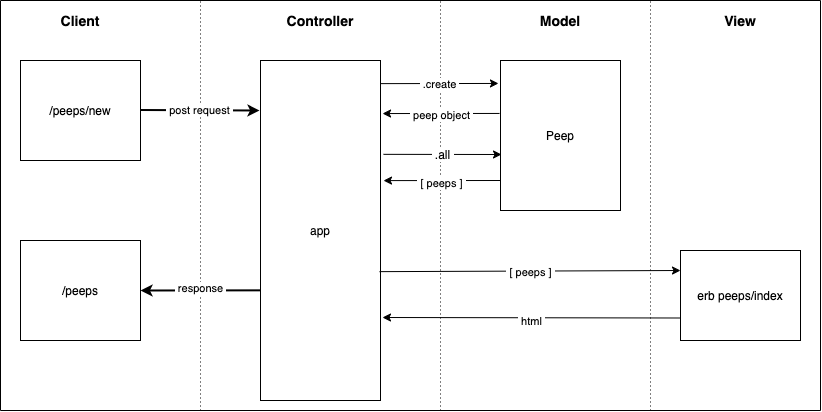
Above: domain-model-diagrams/chitter-challenge-add-peep.png in makersacademy/chitter-challenge (draw.io), before the change. Source tidied: cells renumbered, new cells last; positions are measured from the earlier drawing's top-left corner, leaving out a move shared by most shapes.
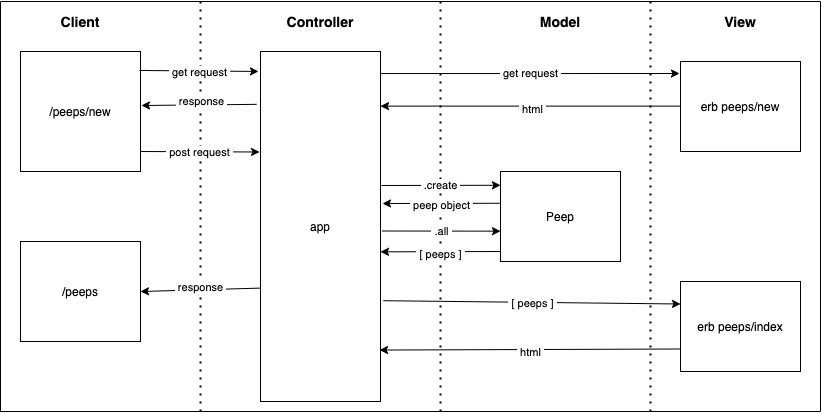
Later version of the same file.

Commit message:
peeps index page now displaying peeps in reverse chronological order, improved domain model diagram and editted walkthrough section in README.md

What changed in the source:
```diff
@@ -3,45 +3,45 @@
     <mxCell id="0" />
     <mxCell id="1" parent="0" />
     <mxCell id="2" value="/peeps/new" style="rounded=0;whiteSpace=wrap;html=1;" parent="1" vertex="1">
-      <mxGeometry x="20" y="60" width="120" height="100" as="geometry" />
+      <mxGeometry x="20" y="50" width="120" height="120" as="geometry" />
     </mxCell>
     <mxCell id="3" value="app" style="rounded=0;whiteSpace=wrap;html=1;" parent="1" vertex="1">
-      <mxGeometry x="260" y="60" width="120" height="340" as="geometry" />
+      <mxGeometry x="260" y="50" width="120" height="350" as="geometry" />
     </mxCell>
     <mxCell id="4" value="Peep" style="rounded=0;whiteSpace=wrap;html=1;" parent="1" vertex="1">
-      <mxGeometry x="500" y="60" width="120" height="150" as="geometry" />
+      <mxGeometry x="500" y="170" width="120" height="90" as="geometry" />
     </mxCell>
     <mxCell id="5" value="erb peeps/index" style="rounded=0;whiteSpace=wrap;html=1;" parent="1" vertex="1">
-      <mxGeometry x="680" y="250" width="120" height="90" as="geometry" />
+      <mxGeometry x="680" y="280" width="120" height="90" as="geometry" />
     </mxCell>
-    <mxCell id="6" value="&lt;b&gt;&lt;font style=&quot;font-size: 14px&quot;&gt;Controller&lt;/font&gt;&lt;/b&gt;" style="text;html=1;strokeColor=none;fillColor=none;align=center;verticalAlign=middle;whiteSpace=wrap;rounded=0;" parent="1" vertex="1">
+    <mxCell id="6" value="&lt;b style=&quot;font-size: 14px;&quot;&gt;&lt;font style=&quot;font-size: 14px;&quot;&gt;Controller&lt;/font&gt;&lt;/b&gt;" style="text;html=1;strokeColor=none;fillColor=none;align=center;verticalAlign=middle;whiteSpace=wrap;rounded=0;fontSize=14;" parent="1" vertex="1">
       <mxGeometry x="300" y="10" width="40" height="20" as="geometry" />
     </mxCell>
-    <mxCell id="7" value="&lt;b&gt;&lt;font style=&quot;font-size: 14px&quot;&gt;Model&lt;/font&gt;&lt;/b&gt;" style="text;html=1;strokeColor=none;fillColor=none;align=center;verticalAlign=middle;whiteSpace=wrap;rounded=0;" parent="1" vertex="1">
+    <mxCell id="7" value="&lt;b style=&quot;font-size: 14px;&quot;&gt;&lt;font style=&quot;font-size: 14px;&quot;&gt;Model&lt;/font&gt;&lt;/b&gt;" style="text;html=1;strokeColor=none;fillColor=none;align=center;verticalAlign=middle;whiteSpace=wrap;rounded=0;fontSize=14;" parent="1" vertex="1">
       <mxGeometry x="540" y="10" width="40" height="20" as="geometry" />
     </mxCell>
-    <mxCell id="8" value="&lt;b&gt;&lt;font style=&quot;font-size: 14px&quot;&gt;View&lt;/font&gt;&lt;/b&gt;" style="text;html=1;strokeColor=none;fillColor=none;align=center;verticalAlign=middle;whiteSpace=wrap;rounded=0;" parent="1" vertex="1">
+    <mxCell id="8" value="&lt;b style=&quot;font-size: 14px;&quot;&gt;&lt;font style=&quot;font-size: 14px;&quot;&gt;View&lt;/font&gt;&lt;/b&gt;" style="text;html=1;strokeColor=none;fillColor=none;align=center;verticalAlign=middle;whiteSpace=wrap;rounded=0;fontSize=14;" parent="1" vertex="1">
       <mxGeometry x="720" y="10" width="40" height="20" as="geometry" />
     </mxCell>
-    <mxCell id="9" style="endArrow=none;dashed=1;html=1;dashPattern=1 3;strokeWidth=1;rounded=1;" parent="1" edge="1">
+    <mxCell id="9" style="endArrow=none;dashed=1;html=1;dashPattern=1 3;strokeWidth=2;rounded=1;" parent="1" edge="1">
       <mxGeometry relative="1" as="geometry">
         <mxPoint x="200" y="410" as="sourcePoint" />
         <mxPoint x="200" as="targetPoint" />
       </mxGeometry>
     </mxCell>
-    <mxCell id="10" style="endArrow=none;dashed=1;html=1;dashPattern=1 3;strokeWidth=1;rounded=1;" parent="1" edge="1">
+    <mxCell id="10" style="endArrow=none;dashed=1;html=1;dashPattern=1 3;strokeWidth=2;rounded=1;" parent="1" edge="1">
       <mxGeometry relative="1" as="geometry">
         <mxPoint x="440" y="410" as="sourcePoint" />
         <mxPoint x="440" as="targetPoint" />
       </mxGeometry>
     </mxCell>
-    <mxCell id="11" style="endArrow=none;dashed=1;html=1;dashPattern=1 3;strokeWidth=1;rounded=1;" parent="1" edge="1">
+    <mxCell id="11" style="endArrow=none;dashed=1;html=1;dashPattern=1 3;strokeWidth=2;rounded=1;" parent="1" edge="1">
       <mxGeometry relative="1" as="geometry">
         <mxPoint x="650" y="410" as="sourcePoint" />
         <mxPoint x="650" as="targetPoint" />
       </mxGeometry>
     </mxCell>
-    <mxCell id="12" style="endArrow=classic;html=1;strokeWidth=2;exitX=0;exitY=0.676;exitDx=0;exitDy=0;exitPerimeter=0;entryX=1;entryY=0.5;entryDx=0;entryDy=0;" parent="1" edge="1" source="3" target="31">
+    <mxCell id="12" style="endArrow=classic;html=1;strokeWidth=1;exitX=0;exitY=0.676;exitDx=0;exitDy=0;exitPerimeter=0;entryX=1;entryY=0.5;entryDx=0;entryDy=0;" parent="1" edge="1" source="3" target="31">
       <mxGeometry relative="1" as="geometry" />
     </mxCell>
     <mxCell id="13" value="&amp;nbsp;response&amp;nbsp;" style="edgeLabel;html=1;align=center;verticalAlign=middle;" parent="12" vertex="1">
@@ -49,36 +49,36 @@
         <mxPoint x="-12" as="offset" />
       </mxGeometry>
     </mxCell>
-    <mxCell id="14" style="endArrow=classic;html=1;strokeWidth=1;exitX=1;exitY=0.068;exitDx=0;exitDy=0;exitPerimeter=0;entryX=-0.017;entryY=0.153;entryDx=0;entryDy=0;entryPerimeter=0;" parent="1" edge="1" source="3" target="4">
-      <mxGeometry relative="1" as="geometry" />
+    <mxCell id="14" style="endArrow=classic;html=1;strokeWidth=1;entryX=0;entryY=0.153;entryDx=0;entryDy=0;entryPerimeter=0;" parent="1" edge="1" target="4">
+      <mxGeometry relative="1" as="geometry">
+        <mxPoint x="381" y="184" as="sourcePoint" />
+      </mxGeometry>
     </mxCell>
     <mxCell id="15" value="&amp;nbsp;.create&amp;nbsp;" style="edgeLabel;html=1;align=center;verticalAlign=middle;" parent="14" vertex="1">
       <mxGeometry x="0.22" relative="1" as="geometry">
         <mxPoint x="-13" as="offset" />
       </mxGeometry>
     </mxCell>
-    <mxCell id="16" style="endArrow=classic;html=1;strokeWidth=1;exitX=-0.008;exitY=0.353;exitDx=0;exitDy=0;entryX=1.017;entryY=0.156;entryDx=0;entryDy=0;entryPerimeter=0;exitPerimeter=0;" parent="1" edge="1" source="4" target="3">
-      <mxGeometry relative="1" as="geometry" />
+    <mxCell id="16" style="endArrow=classic;html=1;strokeWidth=1;exitX=-0.008;exitY=0.353;exitDx=0;exitDy=0;exitPerimeter=0;" parent="1" edge="1" source="4">
+      <mxGeometry relative="1" as="geometry">
+        <mxPoint x="382" y="202" as="targetPoint" />
+      </mxGeometry>
     </mxCell>
     <mxCell id="17" value="&amp;nbsp;peep object&amp;nbsp;" style="edgeLabel;html=1;align=center;verticalAlign=middle;" parent="16" vertex="1">
       <mxGeometry x="-0.4" y="2" relative="1" as="geometry">
         <mxPoint x="-24" as="offset" />
       </mxGeometry>
     </mxCell>
-    <mxCell id="18" style="endArrow=classic;html=1;strokeWidth=1;exitX=0.992;exitY=0.621;exitDx=0;exitDy=0;exitPerimeter=0;" parent="1" edge="1" source="3">
-      <mxGeometry relative="1" as="geometry">
-        <mxPoint x="680" y="270" as="targetPoint" />
-      </mxGeometry>
+    <mxCell id="18" style="endArrow=classic;html=1;strokeWidth=1;exitX=1.025;exitY=0.712;exitDx=0;exitDy=0;exitPerimeter=0;entryX=0;entryY=0.25;entryDx=0;entryDy=0;" parent="1" edge="1" source="3" target="5">
+      <mxGeometry relative="1" as="geometry" />
     </mxCell>
     <mxCell id="19" value="&amp;nbsp;[ peeps ]&amp;nbsp;" style="edgeLabel;html=1;align=center;verticalAlign=middle;" parent="18" vertex="1">
       <mxGeometry x="0.09" y="-1" relative="1" as="geometry">
         <mxPoint x="-14" as="offset" />
       </mxGeometry>
     </mxCell>
-    <mxCell id="20" style="endArrow=classic;html=1;strokeWidth=1;exitX=0;exitY=0.75;exitDx=0;exitDy=0;" parent="1" edge="1" source="5">
-      <mxGeometry relative="1" as="geometry">
-        <mxPoint x="382" y="317" as="targetPoint" />
-      </mxGeometry>
+    <mxCell id="20" style="endArrow=classic;html=1;strokeWidth=1;exitX=0;exitY=0.75;exitDx=0;exitDy=0;entryX=0.992;entryY=0.853;entryDx=0;entryDy=0;entryPerimeter=0;" parent="1" edge="1" source="5" target="3">
+      <mxGeometry relative="1" as="geometry" />
     </mxCell>
     <mxCell id="21" value="&amp;nbsp;html&amp;nbsp;" style="edgeLabel;html=1;align=center;verticalAlign=middle;" parent="20" vertex="1">
       <mxGeometry x="-0.25" y="4" relative="1" as="geometry">
@@ -109,23 +109,24 @@
         <mxPoint x="820" as="targetPoint" />
       </mxGeometry>
     </mxCell>
-    <mxCell id="26" value="&lt;b&gt;&lt;font style=&quot;font-size: 14px&quot;&gt;Client&lt;/font&gt;&lt;/b&gt;" style="text;html=1;strokeColor=none;fillColor=none;align=center;verticalAlign=middle;whiteSpace=wrap;rounded=0;" parent="1" vertex="1">
+    <mxCell id="26" value="&lt;b style=&quot;font-size: 14px;&quot;&gt;&lt;font style=&quot;font-size: 14px;&quot;&gt;Client&lt;/font&gt;&lt;/b&gt;" style="text;html=1;strokeColor=none;fillColor=none;align=center;verticalAlign=middle;whiteSpace=wrap;rounded=0;fontSize=14;" parent="1" vertex="1">
       <mxGeometry x="60" y="10" width="40" height="20" as="geometry" />
     </mxCell>
-    <mxCell id="27" style="endArrow=classic;html=1;strokeWidth=1;fontSize=12;exitX=1.025;exitY=0.276;exitDx=0;exitDy=0;exitPerimeter=0;" parent="1" edge="1" source="3">
+    <mxCell id="27" style="endArrow=classic;html=1;strokeWidth=1;fontSize=12;exitX=1.025;exitY=0.276;exitDx=0;exitDy=0;exitPerimeter=0;" parent="1" edge="1">
       <mxGeometry relative="1" as="geometry">
-        <mxPoint x="501" y="154" as="targetPoint" />
+        <mxPoint x="382" y="229.5" as="sourcePoint" />
+        <mxPoint x="500" y="229.7" as="targetPoint" />
       </mxGeometry>
     </mxCell>
-    <mxCell id="28" value="&amp;nbsp;.all&amp;nbsp;" style="edgeLabel;html=1;align=center;verticalAlign=middle;fontSize=12;" parent="27" vertex="1">
+    <mxCell id="28" value="&amp;nbsp;.all&amp;nbsp;" style="edgeLabel;html=1;align=center;verticalAlign=middle;fontSize=11;" parent="27" vertex="1">
       <mxGeometry x="0.33" relative="1" as="geometry">
         <mxPoint x="-20" as="offset" />
       </mxGeometry>
     </mxCell>
-    <mxCell id="29" style="endArrow=classic;html=1;strokeWidth=1;exitX=-0.008;exitY=0.353;exitDx=0;exitDy=0;entryX=1.017;entryY=0.156;entryDx=0;entryDy=0;entryPerimeter=0;exitPerimeter=0;" parent="1" edge="1">
+    <mxCell id="29" style="endArrow=classic;html=1;strokeWidth=1;exitX=-0.008;exitY=0.353;exitDx=0;exitDy=0;exitPerimeter=0;" parent="1" edge="1">
       <mxGeometry relative="1" as="geometry">
-        <mxPoint x="500" y="180" as="sourcePoint" />
-        <mxPoint x="383" y="180.1" as="targetPoint" />
+        <mxPoint x="500" y="250" as="sourcePoint" />
+        <mxPoint x="380" y="250.3" as="targetPoint" />
       </mxGeometry>
     </mxCell>
     <mxCell id="30" value="&amp;nbsp;[ peeps ]&amp;nbsp;" style="edgeLabel;html=1;align=center;verticalAlign=middle;" parent="29" vertex="1">
@@ -136,10 +137,10 @@
     <mxCell id="31" value="/peeps" style="rounded=0;whiteSpace=wrap;html=1;" parent="1" vertex="1">
       <mxGeometry x="20" y="240" width="120" height="100" as="geometry" />
     </mxCell>
-    <mxCell id="32" style="endArrow=classic;html=1;strokeWidth=2;exitX=1.008;exitY=0.125;exitDx=0;exitDy=0;exitPerimeter=0;" parent="1" edge="1">
+    <mxCell id="32" style="endArrow=classic;html=1;strokeWidth=1;exitX=1.008;exitY=0.125;exitDx=0;exitDy=0;exitPerimeter=0;" parent="1" edge="1">
       <mxGeometry relative="1" as="geometry">
-        <mxPoint x="140" y="109.5" as="sourcePoint" />
-        <mxPoint x="259" y="110" as="targetPoint" />
+        <mxPoint x="140" y="150" as="sourcePoint" />
+        <mxPoint x="259" y="150.5" as="targetPoint" />
       </mxGeometry>
     </mxCell>
     <mxCell id="33" value="&amp;nbsp;post request&amp;nbsp;" style="edgeLabel;html=1;align=center;verticalAlign=middle;" parent="32" vertex="1">
@@ -147,5 +148,44 @@
         <mxPoint x="-3" as="offset" />
       </mxGeometry>
     </mxCell>
+    <mxCell id="34" style="endArrow=classic;html=1;strokeWidth=1;fontSize=12;exitX=0.992;exitY=0.158;exitDx=0;exitDy=0;entryX=-0.017;entryY=0.057;entryDx=0;entryDy=0;entryPerimeter=0;exitPerimeter=0;" parent="1" edge="1" source="2" target="3">
+      <mxGeometry relative="1" as="geometry" />
+    </mxCell>
+    <mxCell id="35" value="&amp;nbsp;get request&amp;nbsp;" style="edgeLabel;html=1;align=center;verticalAlign=middle;fontSize=11;" parent="34" vertex="1">
+      <mxGeometry x="0.37" y="-1" relative="1" as="geometry">
+        <mxPoint x="-23" as="offset" />
+      </mxGeometry>
+    </mxCell>
+    <mxCell id="36" value="erb peeps/new" style="rounded=0;whiteSpace=wrap;html=1;" parent="1" vertex="1">
+      <mxGeometry x="680" y="60" width="120" height="90" as="geometry" />
+    </mxCell>
+    <mxCell id="37" style="endArrow=classic;html=1;strokeWidth=1;fontSize=12;exitX=1;exitY=0.063;exitDx=0;exitDy=0;exitPerimeter=0;" parent="1" edge="1" source="3">
+      <mxGeometry relative="1" as="geometry">
+        <mxPoint x="679" y="72" as="targetPoint" />
+      </mxGeometry>
+    </mxCell>
+    <mxCell id="38" value="&amp;nbsp;get request&amp;nbsp;" style="edgeLabel;html=1;align=center;verticalAlign=middle;fontSize=11;" parent="37" vertex="1">
+      <mxGeometry x="0.14" y="1" relative="1" as="geometry">
+        <mxPoint x="-20" as="offset" />
+      </mxGeometry>
+    </mxCell>
+    <mxCell id="39" style="endArrow=classic;html=1;strokeWidth=1;fontSize=12;entryX=1;entryY=0.156;entryDx=0;entryDy=0;entryPerimeter=0;" parent="1" edge="1" target="3">
+      <mxGeometry relative="1" as="geometry">
+        <mxPoint x="680" y="104.6" as="sourcePoint" />
+      </mxGeometry>
+    </mxCell>
+    <mxCell id="40" value="&amp;nbsp;html&amp;nbsp;" style="edgeLabel;html=1;align=center;verticalAlign=middle;fontSize=11;" parent="39" vertex="1">
+      <mxGeometry x="-0.15" y="2" relative="1" as="geometry">
+        <mxPoint x="-22" y="1.2" as="offset" />
+      </mxGeometry>
+    </mxCell>
+    <mxCell id="41" style="endArrow=classic;html=1;strokeWidth=1;fontSize=12;entryX=1.008;entryY=0.45;entryDx=0;entryDy=0;entryPerimeter=0;exitX=-0.033;exitY=0.151;exitDx=0;exitDy=0;exitPerimeter=0;" parent="1" edge="1" source="3" target="2">
+      <mxGeometry relative="1" as="geometry" />
+    </mxCell>
+    <mxCell id="42" value="&amp;nbsp;response&amp;nbsp;" style="edgeLabel;html=1;align=center;verticalAlign=middle;fontSize=11;" parent="41" vertex="1">
+      <mxGeometry x="-0.29" y="-1" relative="1" as="geometry">
+        <mxPoint x="-15" y="-2.3" as="offset" />
+      </mxGeometry>
+    </mxCell>
   </root>
 </mxGraphModel>
```
